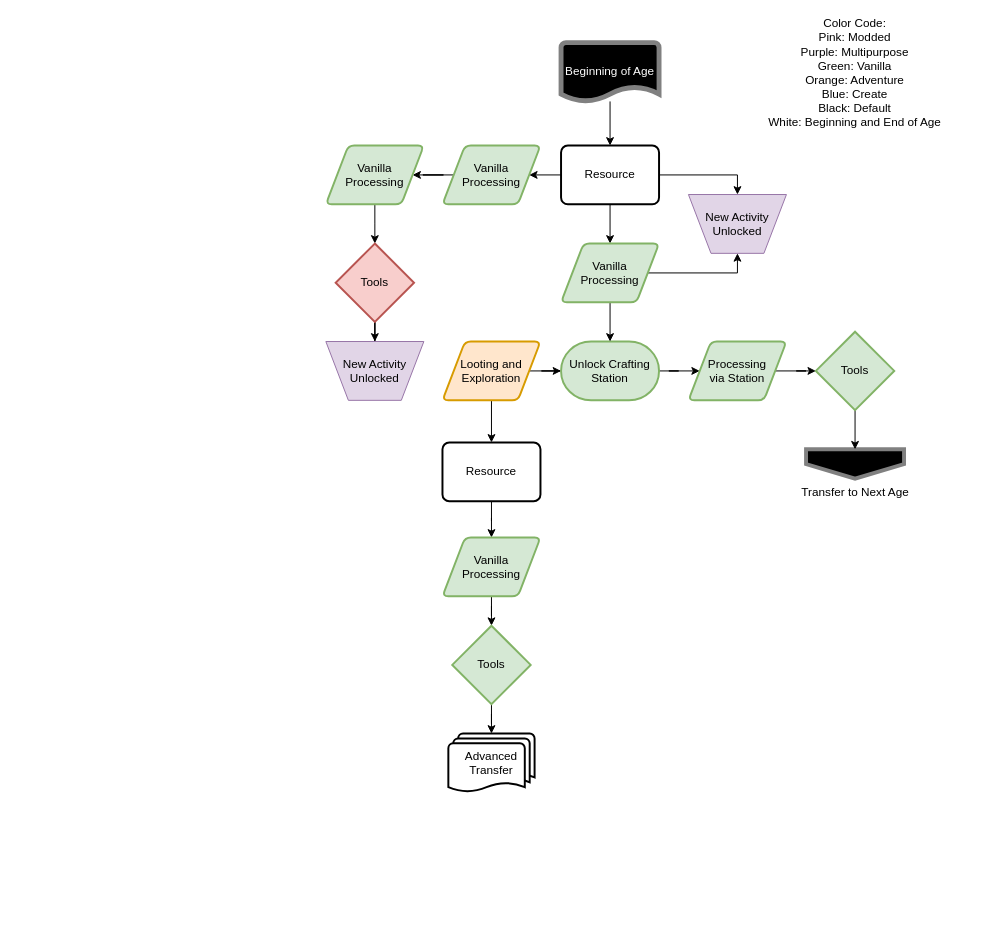
Before: page "Ruleset" (1 of 7) of flowcharts/progression.drawio in MeepishRealms/Cog, a draw.io diagram. Source tidied: cells renumbered, new cells numbered last; positions are measured from the earlier drawing's top-left corner, leaving out a move shared by most shapes. Both pictures are drawn from the tidied source at 98%, with x=0, y=0 at pixel (325, 42).
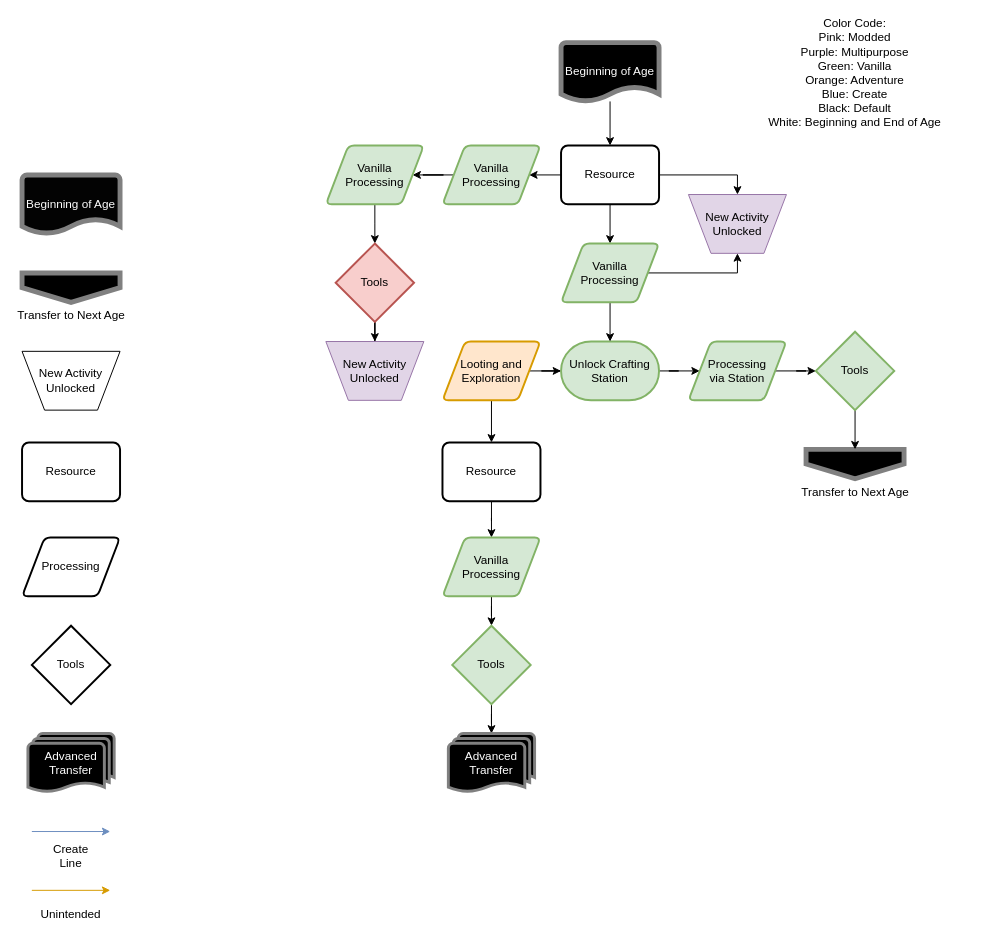
The same page after the edit.

The edit, as a diff of the source:
```diff
@@
-    <mxCell id="8" value="Transfer to Next Age" style="verticalLabelPosition=bottom;verticalAlign=top;html=1;shape=offPageConnector;rounded=0;size=0.5;fillColor=#000000;strokeColor=#808080;strokeWidth=4;" parent="1" vertex="1">
+    <mxCell id="8" value="Transfer to Next Age" style="verticalLabelPosition=bottom;verticalAlign=top;html=1;shape=offPageConnector;rounded=0;size=0.5;fillColor=#000000;strokeColor=#808080;strokeWidth=5;" parent="1" vertex="1">
       <mxGeometry x="490" y="415" width="100" height="30" as="geometry" />
     </mxCell>
@@
-    <mxCell id="28" value="Advanced&lt;br&gt;Transfer" style="strokeWidth=2;html=1;shape=mxgraph.flowchart.multi-document;whiteSpace=wrap;" parent="1" vertex="1">
+    <mxCell id="28" value="&lt;font color=&quot;#ffffff&quot;&gt;Advanced&lt;br&gt;Transfer&lt;/font&gt;" style="strokeWidth=3;html=1;shape=mxgraph.flowchart.multi-document;whiteSpace=wrap;fillColor=#000000;strokeColor=#808080;" parent="1" vertex="1">
       <mxGeometry x="125" y="705" width="88" height="60" as="geometry" />
     </mxCell>
@@
+    <mxCell id="37" value="Processing" style="shape=parallelogram;html=1;strokeWidth=2;perimeter=parallelogramPerimeter;whiteSpace=wrap;rounded=1;arcSize=12;size=0.23;" parent="1" vertex="1">
+      <mxGeometry x="-310" y="505" width="100" height="60" as="geometry" />
+    </mxCell>
+    <mxCell id="38" value="Tools" style="strokeWidth=2;html=1;shape=mxgraph.flowchart.decision;whiteSpace=wrap;" parent="1" vertex="1">
+      <mxGeometry x="-300" y="595" width="80" height="80" as="geometry" />
+    </mxCell>
+    <mxCell id="39" value="Resource" style="rounded=1;whiteSpace=wrap;html=1;absoluteArcSize=1;arcSize=14;strokeWidth=2;" parent="1" vertex="1">
+      <mxGeometry x="-310" y="408" width="100" height="60" as="geometry" />
+    </mxCell>
+    <mxCell id="40" value="New Activity&lt;br&gt;Unlocked" style="verticalLabelPosition=middle;verticalAlign=middle;html=1;shape=trapezoid;perimeter=trapezoidPerimeter;whiteSpace=wrap;size=0.23;arcSize=10;flipV=1;labelPosition=center;align=center;" parent="1" vertex="1">
+      <mxGeometry x="-310" y="315" width="100" height="60" as="geometry" />
+    </mxCell>
+    <mxCell id="41" value="Transfer to Next Age" style="verticalLabelPosition=bottom;verticalAlign=top;html=1;shape=offPageConnector;rounded=0;size=0.5;strokeWidth=5;fillColor=#000000;strokeColor=#808080;" parent="1" vertex="1">
+      <mxGeometry x="-310" y="235" width="100" height="30" as="geometry" />
+    </mxCell>
+    <mxCell id="42" value="&lt;font color=&quot;#ffffff&quot;&gt;Beginning of Age&lt;/font&gt;" style="strokeWidth=5;html=1;shape=mxgraph.flowchart.document2;whiteSpace=wrap;size=0.25;fillColor=#030303;strokeColor=#808080;" parent="1" vertex="1">
+      <mxGeometry x="-310" y="135" width="100" height="60" as="geometry" />
+    </mxCell>
+    <mxCell id="43" value="&lt;font color=&quot;#ffffff&quot;&gt;Advanced&lt;br&gt;Transfer&lt;/font&gt;" style="strokeWidth=3;html=1;shape=mxgraph.flowchart.multi-document;whiteSpace=wrap;fillColor=#000000;strokeColor=#808080;" parent="1" vertex="1">
+      <mxGeometry x="-304" y="705" width="88" height="60" as="geometry" />
+    </mxCell>
+    <mxCell id="44" style="edgeStyle=none;orthogonalLoop=1;jettySize=auto;html=1;fillColor=#dae8fc;strokeColor=#6c8ebf;" parent="1" edge="1">
+      <mxGeometry relative="1" as="geometry">
+        <mxPoint x="-300" y="805" as="sourcePoint" />
+        <mxPoint x="-220" y="805" as="targetPoint" />
+      </mxGeometry>
+    </mxCell>
+    <mxCell id="45" value="Create Line" style="text;html=1;align=center;verticalAlign=middle;whiteSpace=wrap;rounded=0;" parent="1" vertex="1">
+      <mxGeometry x="-290" y="815" width="60" height="30" as="geometry" />
+    </mxCell>
+    <mxCell id="46" style="edgeStyle=none;orthogonalLoop=1;jettySize=auto;html=1;fillColor=#ffe6cc;strokeColor=#d79b00;" parent="1" edge="1">
+      <mxGeometry relative="1" as="geometry">
+        <mxPoint x="-300" y="865" as="sourcePoint" />
+        <mxPoint x="-220" y="865" as="targetPoint" />
+      </mxGeometry>
+    </mxCell>
+    <mxCell id="47" value="Unintended" style="text;html=1;align=center;verticalAlign=middle;whiteSpace=wrap;rounded=0;" parent="1" vertex="1">
+      <mxGeometry x="-290" y="875" width="60" height="30" as="geometry" />
+    </mxCell>
```
